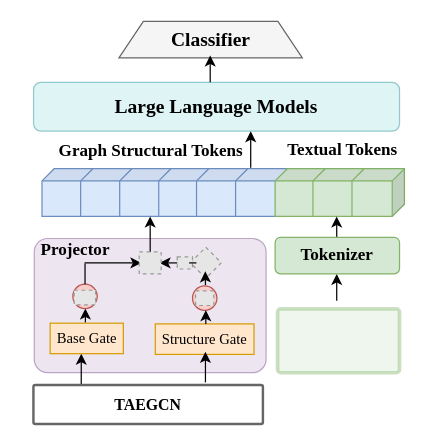
Before: subframework.drawio in hzb29/hzb29, a draw.io diagram. Source tidied: cells renumbered, new cells numbered last; positions are measured from the earlier drawing's top-left corner, leaving out a move shared by most shapes. Both pictures are drawn from the tidied source at 122%, with x=0, y=0 at pixel (26, 21). Pictures stored in the file or linked from it are replaced by grey dashed boxes.
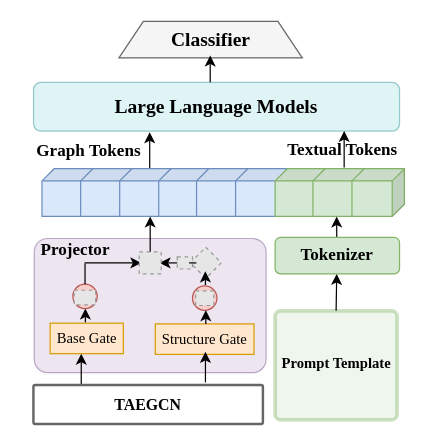
After the change.

Diff of the diagram source:
```diff
@@
-    <mxCell id="4" value="&lt;b&gt;&lt;font style=&quot;font-size: 14px;&quot;&gt;&lt;span style=&quot;font-family: &amp;quot;Times New Roman&amp;quot;;&quot;&gt;Graph&amp;nbsp;&lt;/span&gt;&lt;font face=&quot;Times New Roman&quot; style=&quot;&quot;&gt;Structural Tokens&lt;/font&gt;&lt;/font&gt;&lt;/b&gt;" style="text;html=1;align=center;verticalAlign=middle;strokeColor=none;fillColor=none;" parent="1" vertex="1">
-      <mxGeometry x="16.9" y="90.9" width="170" height="30" as="geometry" />
+    <mxCell id="4" value="&lt;b&gt;&lt;font style=&quot;font-size: 14px;&quot;&gt;&lt;span style=&quot;font-family: &amp;quot;Times New Roman&amp;quot;;&quot;&gt;Graph&amp;nbsp;&lt;/span&gt;&lt;font face=&quot;Times New Roman&quot; style=&quot;&quot;&gt;Tokens&lt;/font&gt;&lt;/font&gt;&lt;/b&gt;" style="text;html=1;align=center;verticalAlign=middle;strokeColor=none;fillColor=none;" parent="1" vertex="1">
+      <mxGeometry x="-4.2" y="90.9" width="110" height="30" as="geometry" />
     </mxCell>
@@
     <mxCell id="7" style="endArrow=classic;html=1;rounded=0;entryX=0.084;entryY=1.05;entryDx=0;entryDy=0;entryPerimeter=0;" parent="1" edge="1">
       <mxGeometry relative="1" as="geometry">
-        <mxPoint x="184" y="120" as="sourcePoint" />
-        <mxPoint x="184" y="90" as="targetPoint" />
+        <mxPoint x="101.2" y="120.8" as="sourcePoint" />
+        <mxPoint x="101.2" y="90.8" as="targetPoint" />
       </mxGeometry>
     </mxCell>
@@
     <mxCell id="39" style="group;" parent="1" vertex="1">
-      <mxGeometry x="206" y="233.4" width="100" height="56.5" as="geometry" />
+      <mxGeometry x="204" y="233.4" width="100" height="96.5" as="geometry" />
     </mxCell>
     <mxCell id="40" style="rounded=1;whiteSpace=wrap;html=1;fillColor=#d5e8d4;strokeWidth=3;arcSize=5;opacity=40;strokeColor=#82b366;" parent="39" vertex="1">
-      <mxGeometry y="2.3" width="100" height="52.3" as="geometry" />
+      <mxGeometry y="3.9" width="100" height="89.3" as="geometry" />
     </mxCell>
-    <mxCell id="41" value="&lt;div style=&quot;caret-color: rgb(0, 0, 0); color: rgb(0, 0, 0); font-style: normal; font-variant-caps: normal; font-weight: 400; letter-spacing: normal; text-indent: 0px; text-transform: none; white-space: nowrap; word-spacing: 0px; -webkit-text-stroke-width: 0px; text-decoration: none;&quot;&gt;&lt;br&gt;&lt;/div&gt;" style="text;whiteSpace=wrap;html=1;align=left;" parent="39" vertex="1">
-      <mxGeometry width="99.6" height="56.5" as="geometry" />
-    </mxCell>
-    <mxCell id="42" style="endArrow=classic;html=1;rounded=0;" parent="1" edge="1">
+    <mxCell id="42" style="endArrow=classic;html=1;rounded=0;exitX=0.5;exitY=0;exitDx=0;exitDy=0;" parent="1" edge="1" source="40">
       <mxGeometry relative="1" as="geometry">
-        <mxPoint x="254.5" y="229" as="sourcePoint" />
         <mxPoint x="254.5" y="207" as="targetPoint" />
       </mxGeometry>
     </mxCell>
@@
+    <mxCell id="51" value="&lt;div style=&quot;caret-color: rgb(0, 0, 0); color: rgb(0, 0, 0);&quot;&gt;&lt;b&gt;&lt;font face=&quot;Times New Roman&quot;&gt;Prompt Template&lt;/font&gt;&lt;/b&gt;&lt;/div&gt;" style="text;html=1;align=center;verticalAlign=middle;strokeColor=none;fillColor=none;" parent="1" vertex="1">
+      <mxGeometry x="199" y="265.7" width="110" height="30" as="geometry" />
+    </mxCell>
+    <mxCell id="52" style="endArrow=classic;html=1;rounded=0;entryX=0.084;entryY=1.05;entryDx=0;entryDy=0;entryPerimeter=0;" parent="1" edge="1">
+      <mxGeometry relative="1" as="geometry">
+        <mxPoint x="260.6" y="119.8" as="sourcePoint" />
+        <mxPoint x="260.6" y="89.8" as="targetPoint" />
+      </mxGeometry>
+    </mxCell>
```
